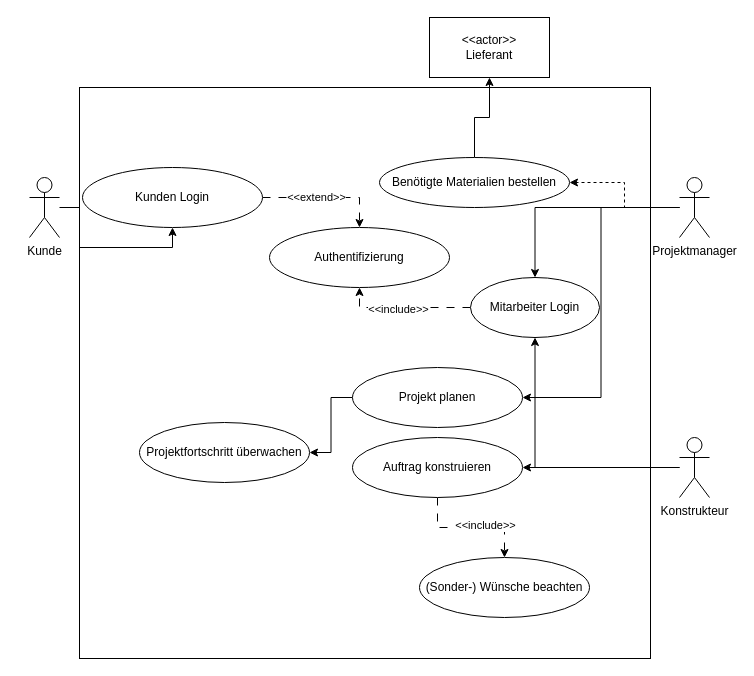
0xj0n1/Grundlagen-Wirtschaftsinformatik-Charts keeps this draw.io diagram as Unbenanntes Diagramm.drawio. Above is the earlier version. Source tidied: cells renumbered, new cells numbered last; positions are measured from the earlier drawing's top-left corner, leaving out a move shared by most shapes. Both pictures are drawn from the tidied source at 100%, with x=0, y=0 at pixel (29, 17).
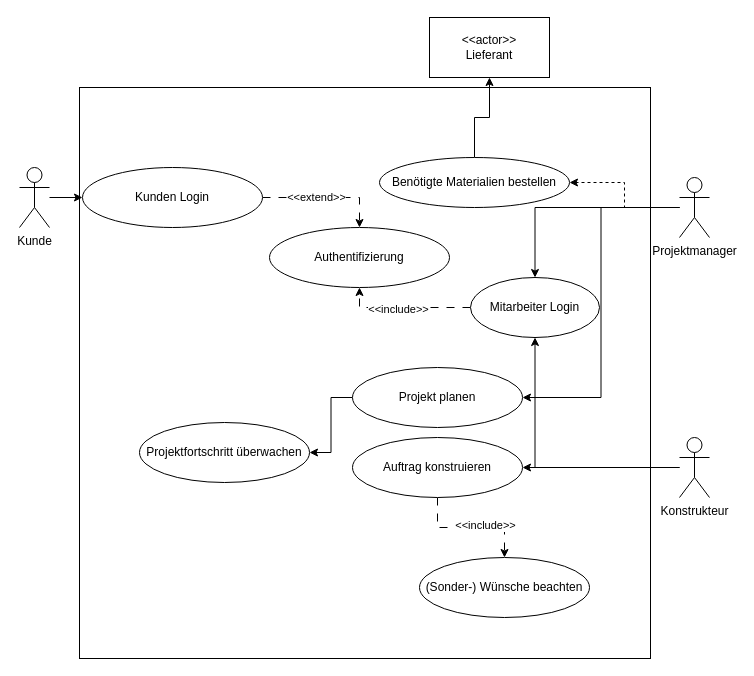
The same diagram, later.

The change refers to these unchanged cells:
```xml
<mxCell id="19" value="Kunden Login" style="ellipse;whiteSpace=wrap;html=1;" parent="1" vertex="1">
  <mxGeometry x="53" y="150" width="180" height="60" as="geometry" />
</mxCell>
```

Diff of the diagram source:
```diff
@@
-    <mxCell id="3" style="edgeStyle=orthogonalEdgeStyle;rounded=0;jettySize=auto;html=1;entryX=0.5;entryY=1;entryDx=0;entryDy=0;" parent="1" edge="1" source="4" target="19">
+    <mxCell id="3" style="edgeStyle=orthogonalEdgeStyle;rounded=0;jettySize=auto;html=1;entryX=0;entryY=0.5;entryDx=0;entryDy=0;" parent="1" edge="1" source="4" target="19">
       <mxGeometry relative="1" as="geometry" />
     </mxCell>
     <mxCell id="4" value="Kunde" style="shape=umlActor;verticalLabelPosition=bottom;verticalAlign=top;html=1;outlineConnect=0;" parent="1" vertex="1">
-      <mxGeometry y="160" width="30" height="60" as="geometry" />
+      <mxGeometry x="-10" y="150" width="30" height="60" as="geometry" />
     </mxCell>
```
